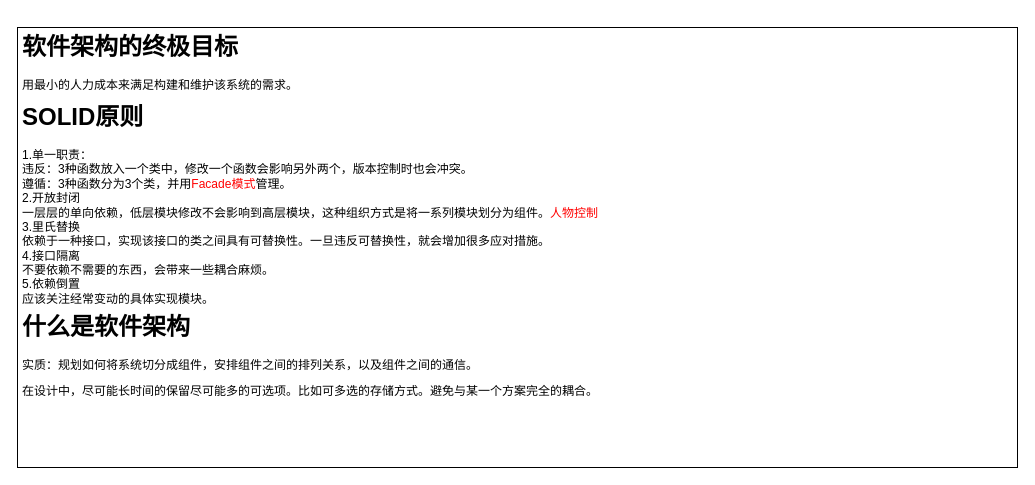
Above: page "架构整洁之道" (10 of 10) of StartFramework.drawio in sass00n1/StartFramework (draw.io), before the change. Source tidied: cells renumbered, new cells numbered last; positions are measured from the earlier drawing's top-left corner, leaving out a move shared by most shapes. Both pictures are drawn from the tidied source at 100%, with x=0, y=0 at pixel (17, 27).
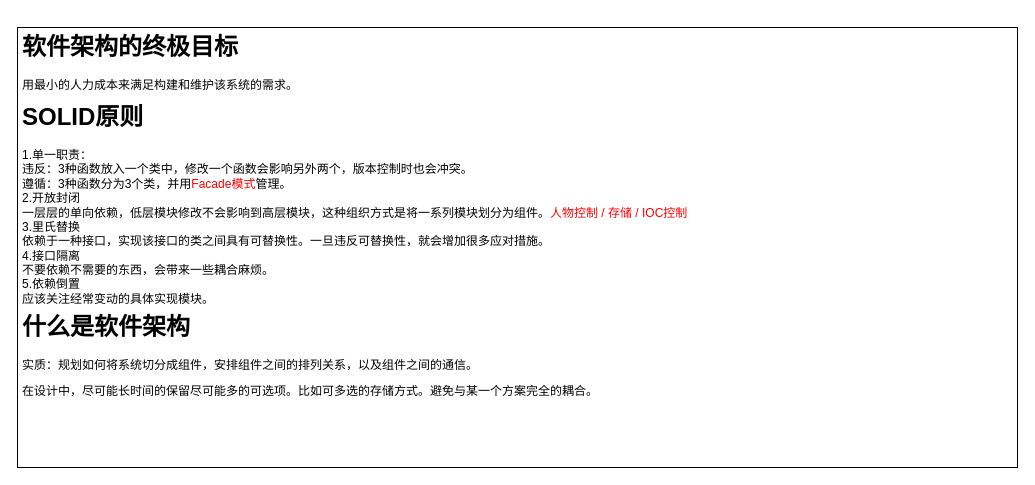
Above is the later version.

What changed in the source:
```diff
@@
 <mxGraphModel>
   <root>
     <mxCell id="0" />
     <mxCell id="1" parent="0" />
     <mxCell id="2" style="rounded=0;whiteSpace=wrap;html=1;" parent="1" vertex="1">
       <mxGeometry width="1000" height="440" as="geometry" />
     </mxCell>
     <mxCell id="3" value="&lt;h1&gt;软件架构的终极目标&lt;br&gt;&lt;/h1&gt;&lt;p&gt;用最小的人力成本来满足构建和维护该系统的需求。&lt;/p&gt;" style="text;html=1;strokeColor=none;fillColor=none;spacing=5;spacingTop=-20;whiteSpace=wrap;overflow=hidden;rounded=0;" parent="1" vertex="1">
       <mxGeometry width="1000" height="70" as="geometry" />
     </mxCell>
-    <mxCell id="4" value="&lt;h1&gt;SOLID原则&lt;/h1&gt;&lt;div&gt;1.单一职责：&lt;/div&gt;&lt;div&gt;违反：3种函数放入一个类中，修改一个函数会影响另外两个，版本控制时也会冲突。&lt;/div&gt;&lt;div&gt;遵循：3种函数分为3个类，并用&lt;font color=&quot;#FF0000&quot;&gt;Facade模式&lt;/font&gt;管理。&lt;/div&gt;&lt;div&gt;2.开放封闭&lt;/div&gt;&lt;div&gt;一层层的单向依赖，低层模块修改不会影响到高层模块，这种组织方式是将一系列模块划分为组件。&lt;font color=&quot;#FF0000&quot;&gt;人物控制&lt;/font&gt;&lt;/div&gt;&lt;div&gt;3.里氏替换&lt;/div&gt;&lt;div&gt;依赖于一种接口，实现该接口的类之间具有可替换性。一旦违反可替换性，就会增加很多应对措施。&lt;/div&gt;&lt;div&gt;4.接口隔离&lt;/div&gt;&lt;div&gt;不要依赖不需要的东西，会带来一些耦合麻烦。&lt;/div&gt;&lt;div&gt;5.依赖倒置&lt;/div&gt;&lt;div&gt;应该关注经常变动的具体实现模块。&lt;br&gt;&lt;/div&gt;&lt;div&gt;&lt;br&gt;&lt;/div&gt;" style="text;html=1;strokeColor=none;fillColor=none;spacing=5;spacingTop=-20;whiteSpace=wrap;overflow=hidden;rounded=0;" parent="1" vertex="1">
+    <mxCell id="4" value="&lt;h1&gt;SOLID原则&lt;/h1&gt;&lt;div&gt;1.单一职责：&lt;/div&gt;&lt;div&gt;违反：3种函数放入一个类中，修改一个函数会影响另外两个，版本控制时也会冲突。&lt;/div&gt;&lt;div&gt;遵循：3种函数分为3个类，并用&lt;font color=&quot;#FF0000&quot;&gt;Facade模式&lt;/font&gt;管理。&lt;/div&gt;&lt;div&gt;2.开放封闭&lt;/div&gt;&lt;div&gt;一层层的单向依赖，低层模块修改不会影响到高层模块，这种组织方式是将一系列模块划分为组件。&lt;font color=&quot;#FF0000&quot;&gt;人物控制 / 存储 / IOC控制&lt;br&gt;&lt;/font&gt;&lt;/div&gt;&lt;div&gt;3.里氏替换&lt;/div&gt;&lt;div&gt;依赖于一种接口，实现该接口的类之间具有可替换性。一旦违反可替换性，就会增加很多应对措施。&lt;/div&gt;&lt;div&gt;4.接口隔离&lt;/div&gt;&lt;div&gt;不要依赖不需要的东西，会带来一些耦合麻烦。&lt;/div&gt;&lt;div&gt;5.依赖倒置&lt;/div&gt;&lt;div&gt;应该关注经常变动的具体实现模块。&lt;br&gt;&lt;/div&gt;&lt;div&gt;&lt;br&gt;&lt;/div&gt;" style="text;html=1;strokeColor=none;fillColor=none;spacing=5;spacingTop=-20;whiteSpace=wrap;overflow=hidden;rounded=0;" parent="1" vertex="1">
       <mxGeometry y="70" width="1000" height="210" as="geometry" />
     </mxCell>
     <mxCell id="5" value="&lt;h1&gt;什么是软件架构&lt;br&gt;&lt;/h1&gt;&lt;p&gt;实质：规划如何将系统切分成组件，安排组件之间的排列关系，以及组件之间的通信。&lt;/p&gt;&lt;p&gt;在设计中，尽可能长时间的保留尽可能多的可选项。比如可多选的存储方式。避免与某一个方案完全的耦合。&lt;br&gt;&lt;/p&gt;" style="text;html=1;strokeColor=none;fillColor=none;spacing=5;spacingTop=-20;whiteSpace=wrap;overflow=hidden;rounded=0;fontColor=#000000;" parent="1" vertex="1">
       <mxGeometry y="280" width="1000" height="160" as="geometry" />
     </mxCell>
   </root>
 </mxGraphModel>
```
